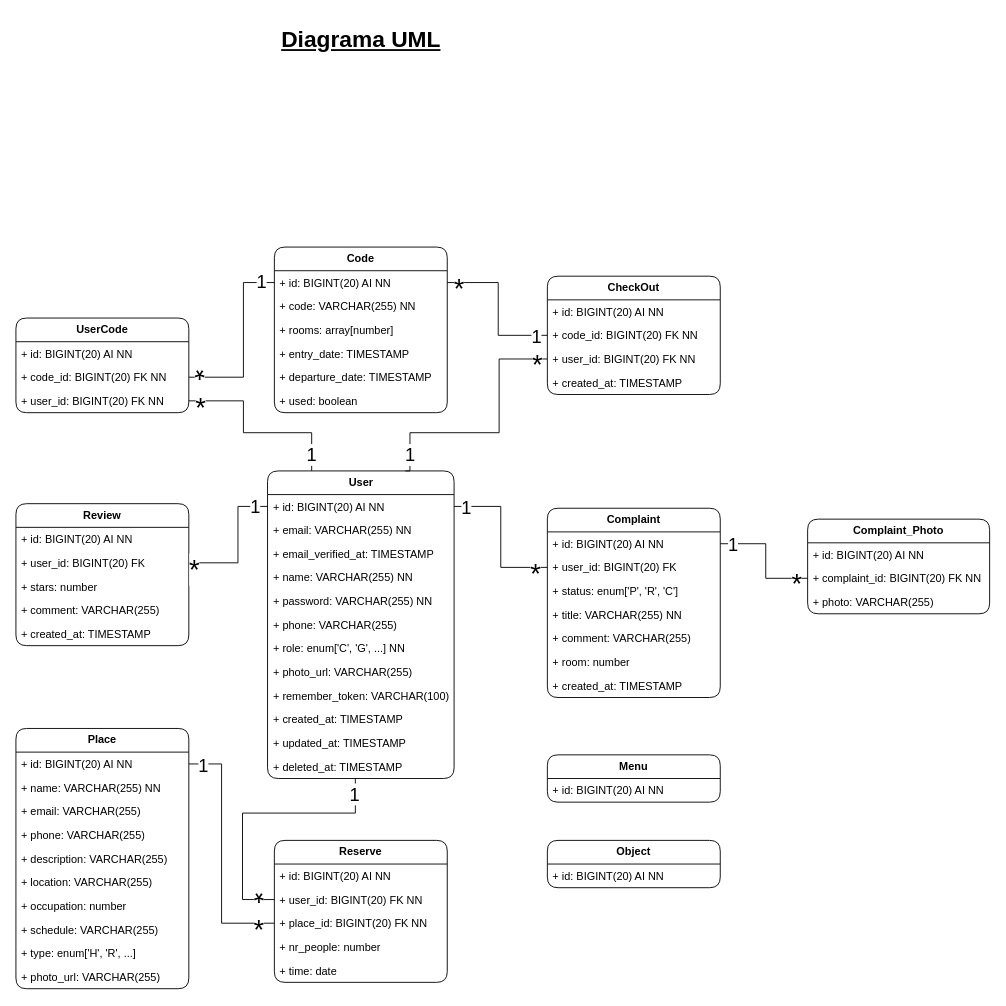
Happy-Guest/HG-Notes keeps this draw.io diagram as page "Diagrama UML" (1 of 2) of HappyGuest.drawio. Above is the earlier version. Source tidied: cells renumbered, new cells numbered last; positions are measured from the earlier drawing's top-left corner, leaving out a move shared by most shapes. Both pictures are drawn from the tidied source at 91%, with x=0, y=0 at pixel (15, 15).
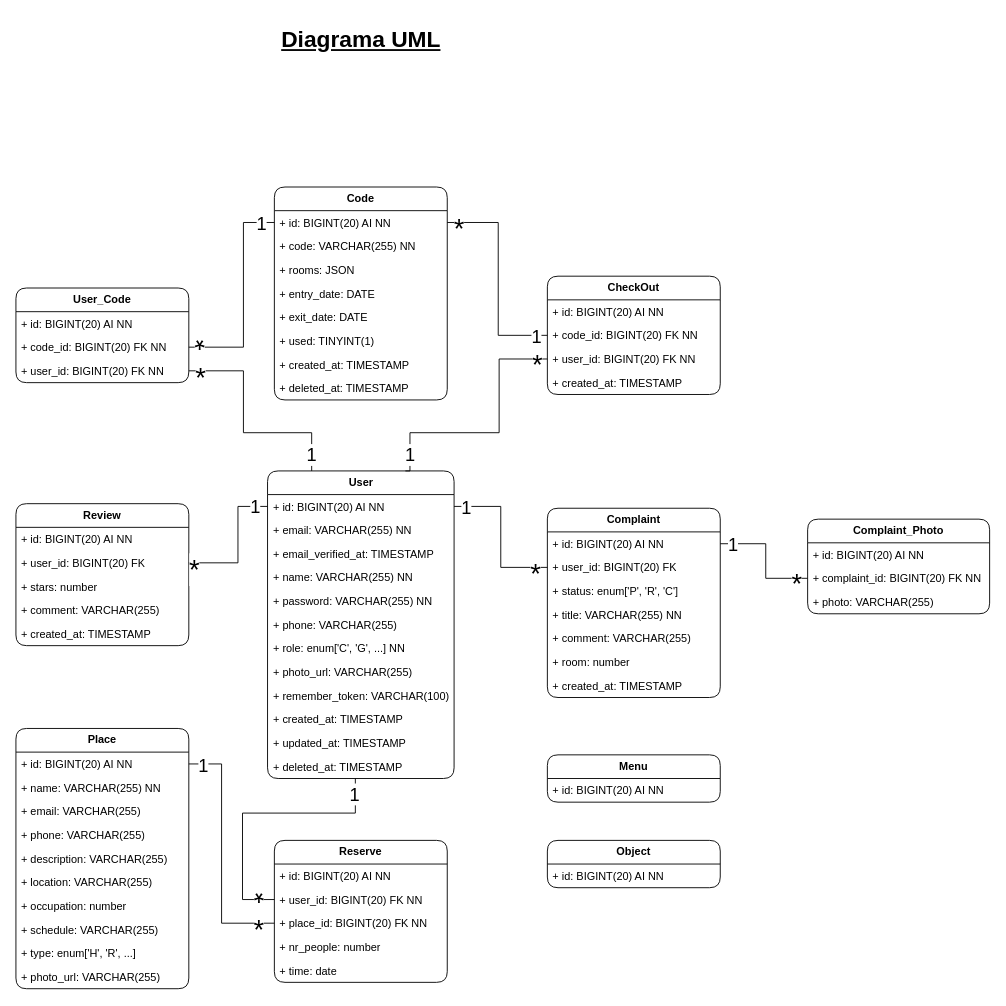
After the change.

The change refers to these unchanged cells:
```xml
<mxCell id="2" value="&lt;b&gt;User&lt;/b&gt;" style="swimlane;fontStyle=0;horizontal=1;startSize=26;fillColor=none;whiteSpace=wrap;html=1;perimeterSpacing=0;rounded=1;" parent="1" vertex="1">
  <mxGeometry x="276.5" y="500" width="205" height="338" as="geometry" />
</mxCell>
<mxCell id="17" value="+ id: BIGINT(20) AI NN" style="text;strokeColor=none;fillColor=none;align=left;verticalAlign=top;spacingLeft=4;spacingRight=4;overflow=hidden;points=[[0,0.5],[1,0.5]];portConstraint=eastwest;whiteSpace=wrap;html=1;" parent="16" vertex="1">
  <mxGeometry y="26" width="190" height="26" as="geometry" />
</mxCell>
<mxCell id="78" value="+ code_id: BIGINT(20) FK NN" style="text;strokeColor=none;fillColor=none;align=left;verticalAlign=top;spacingLeft=4;spacingRight=4;overflow=hidden;points=[[0,0.5],[1,0.5]];portConstraint=eastwest;whiteSpace=wrap;html=1;" parent="76" vertex="1">
  <mxGeometry y="52" width="190" height="26" as="geometry" />
</mxCell>
<mxCell id="90" value="+ code_id: BIGINT(20) FK NN" style="text;strokeColor=none;fillColor=none;align=left;verticalAlign=top;spacingLeft=4;spacingRight=4;overflow=hidden;points=[[0,0.5],[1,0.5]];portConstraint=eastwest;whiteSpace=wrap;html=1;" parent="88" vertex="1">
  <mxGeometry y="52" width="190" height="26" as="geometry" />
</mxCell>
<mxCell id="91" value="+ user_id: BIGINT(20) FK NN" style="text;strokeColor=none;fillColor=none;align=left;verticalAlign=top;spacingLeft=4;spacingRight=4;overflow=hidden;points=[[0,0.5],[1,0.5]];portConstraint=eastwest;whiteSpace=wrap;html=1;" parent="88" vertex="1">
  <mxGeometry y="78" width="190" height="26" as="geometry" />
</mxCell>
```

What changed in the source:
```diff
@@
     <mxCell id="16" value="&lt;b&gt;Code&lt;/b&gt;" style="swimlane;fontStyle=0;horizontal=1;startSize=26;fillColor=none;whiteSpace=wrap;html=1;perimeterSpacing=0;rounded=1;" parent="1" vertex="1">
-      <mxGeometry x="284" y="254" width="190" height="182" as="geometry" />
+      <mxGeometry x="284" y="188" width="190" height="234" as="geometry" />
     </mxCell>
@@
-    <mxCell id="19" value="+ rooms: array[number]" style="text;strokeColor=none;fillColor=none;align=left;verticalAlign=top;spacingLeft=4;spacingRight=4;overflow=hidden;whiteSpace=wrap;html=1;" parent="16" vertex="1">
+    <mxCell id="19" value="+ rooms: JSON" style="text;strokeColor=none;fillColor=none;align=left;verticalAlign=top;spacingLeft=4;spacingRight=4;overflow=hidden;whiteSpace=wrap;html=1;" parent="16" vertex="1">
       <mxGeometry y="78" width="190" height="26" as="geometry" />
     </mxCell>
-    <mxCell id="20" value="+ entry_date: TIMESTAMP" style="text;strokeColor=none;fillColor=none;align=left;verticalAlign=top;spacingLeft=4;spacingRight=4;overflow=hidden;whiteSpace=wrap;html=1;" parent="16" vertex="1">
+    <mxCell id="20" value="+ entry_date: DATE" style="text;strokeColor=none;fillColor=none;align=left;verticalAlign=top;spacingLeft=4;spacingRight=4;overflow=hidden;whiteSpace=wrap;html=1;" parent="16" vertex="1">
       <mxGeometry y="104" width="190" height="26" as="geometry" />
     </mxCell>
-    <mxCell id="21" value="+ departure_date: TIMESTAMP" style="text;strokeColor=none;fillColor=none;align=left;verticalAlign=top;spacingLeft=4;spacingRight=4;overflow=hidden;whiteSpace=wrap;html=1;" parent="16" vertex="1">
+    <mxCell id="21" value="+ exit_date: DATE" style="text;strokeColor=none;fillColor=none;align=left;verticalAlign=top;spacingLeft=4;spacingRight=4;overflow=hidden;whiteSpace=wrap;html=1;" parent="16" vertex="1">
       <mxGeometry y="130" width="190" height="26" as="geometry" />
     </mxCell>
-    <mxCell id="22" value="+ used: boolean" style="text;strokeColor=none;fillColor=none;align=left;verticalAlign=top;spacingLeft=4;spacingRight=4;overflow=hidden;whiteSpace=wrap;html=1;" parent="16" vertex="1">
+    <mxCell id="22" value="+ used: TINYINT(1)" style="text;strokeColor=none;fillColor=none;align=left;verticalAlign=top;spacingLeft=4;spacingRight=4;overflow=hidden;whiteSpace=wrap;html=1;" parent="16" vertex="1">
       <mxGeometry y="156" width="190" height="26" as="geometry" />
     </mxCell>
+    <mxCell id="98" value="+ created_at: TIMESTAMP" style="text;strokeColor=none;fillColor=none;align=left;verticalAlign=top;spacingLeft=4;spacingRight=4;overflow=hidden;whiteSpace=wrap;html=1;" parent="16" vertex="1">
+      <mxGeometry y="182" width="190" height="26" as="geometry" />
+    </mxCell>
+    <mxCell id="99" value="+ deleted_at: TIMESTAMP" style="text;strokeColor=none;fillColor=none;align=left;verticalAlign=top;spacingLeft=4;spacingRight=4;overflow=hidden;whiteSpace=wrap;html=1;" parent="16" vertex="1">
+      <mxGeometry y="208" width="190" height="26" as="geometry" />
+    </mxCell>
@@
-    <mxCell id="83" style="edgeStyle=orthogonalEdgeStyle;rounded=0;jettySize=auto;html=1;entryX=0;entryY=0.5;entryDx=0;entryDy=0;endArrow=none;endFill=0;" parent="1" edge="1" source="17" target="78">
+    <mxCell id="83" style="edgeStyle=orthogonalEdgeStyle;rounded=0;jettySize=auto;html=1;entryX=0;entryY=0.5;entryDx=0;entryDy=0;endArrow=none;endFill=0;exitX=1;exitY=0.5;exitDx=0;exitDy=0;" parent="1" edge="1" source="17" target="78">
       <mxGeometry relative="1" as="geometry">
         <Array as="points">
-          <mxPoint x="530" y="293" />
+          <mxPoint x="530" y="227" />
           <mxPoint x="530" y="351" />
         </Array>
       </mxGeometry>
     </mxCell>
@@
     <mxCell id="85" value="&lt;font style=&quot;font-size: 30px;&quot;&gt;*&lt;/font&gt;" style="edgeLabel;html=1;align=center;verticalAlign=middle;" parent="1" vertex="1">
-      <mxGeometry x="486" y="299" as="geometry" />
+      <mxGeometry x="486" y="233" as="geometry" />
     </mxCell>
@@
-    <mxCell id="88" value="&lt;b&gt;UserCode&lt;/b&gt;" style="swimlane;fontStyle=0;horizontal=1;startSize=26;fillColor=none;whiteSpace=wrap;html=1;perimeterSpacing=0;rounded=1;" parent="1" vertex="1">
-      <mxGeometry y="332" width="190" height="104" as="geometry" />
+    <mxCell id="88" value="&lt;b&gt;User_Code&lt;/b&gt;" style="swimlane;fontStyle=0;horizontal=1;startSize=26;fillColor=none;whiteSpace=wrap;html=1;perimeterSpacing=0;rounded=1;" parent="1" vertex="1">
+      <mxGeometry y="299" width="190" height="104" as="geometry" />
     </mxCell>
@@
     <mxCell id="92" style="edgeStyle=orthogonalEdgeStyle;rounded=0;jettySize=auto;html=1;entryX=0;entryY=0.5;entryDx=0;entryDy=0;endArrow=none;endFill=0;exitX=1;exitY=0.5;exitDx=0;exitDy=0;" parent="1" edge="1" source="90" target="17">
       <mxGeometry relative="1" as="geometry">
         <Array as="points">
-          <mxPoint x="250" y="397" />
-          <mxPoint x="250" y="293" />
+          <mxPoint x="250" y="364" />
+          <mxPoint x="250" y="227" />
         </Array>
       </mxGeometry>
     </mxCell>
     <mxCell id="93" style="edgeStyle=orthogonalEdgeStyle;rounded=0;jettySize=auto;html=1;endArrow=none;endFill=0;exitX=1;exitY=0.5;exitDx=0;exitDy=0;" parent="1" edge="1" source="91" target="2">
       <mxGeometry relative="1" as="geometry">
         <Array as="points">
-          <mxPoint x="250" y="423" />
+          <mxPoint x="250" y="390" />
           <mxPoint x="250" y="458" />
           <mxPoint x="325" y="458" />
         </Array>
       </mxGeometry>
     </mxCell>
     <mxCell id="94" value="&lt;font style=&quot;font-size: 30px;&quot;&gt;*&lt;/font&gt;" style="edgeLabel;html=1;align=center;verticalAlign=middle;" parent="1" vertex="1">
-      <mxGeometry x="202" y="429" as="geometry" />
+      <mxGeometry x="202" y="396" as="geometry" />
     </mxCell>
     <mxCell id="95" value="&lt;font style=&quot;font-size: 30px;&quot;&gt;*&lt;/font&gt;" style="edgeLabel;html=1;align=center;verticalAlign=middle;rotation=-180;" parent="1" vertex="1">
-      <mxGeometry x="203.5" y="392" as="geometry" />
+      <mxGeometry x="203.5" y="359" as="geometry" />
     </mxCell>
     <mxCell id="96" value="&lt;font style=&quot;font-size: 20px;&quot;&gt;1&lt;/font&gt;" style="edgeLabel;html=1;align=center;verticalAlign=middle;" parent="1" vertex="1">
-      <mxGeometry x="269" y="291" as="geometry" />
+      <mxGeometry x="269" y="227" as="geometry" />
     </mxCell>
```
